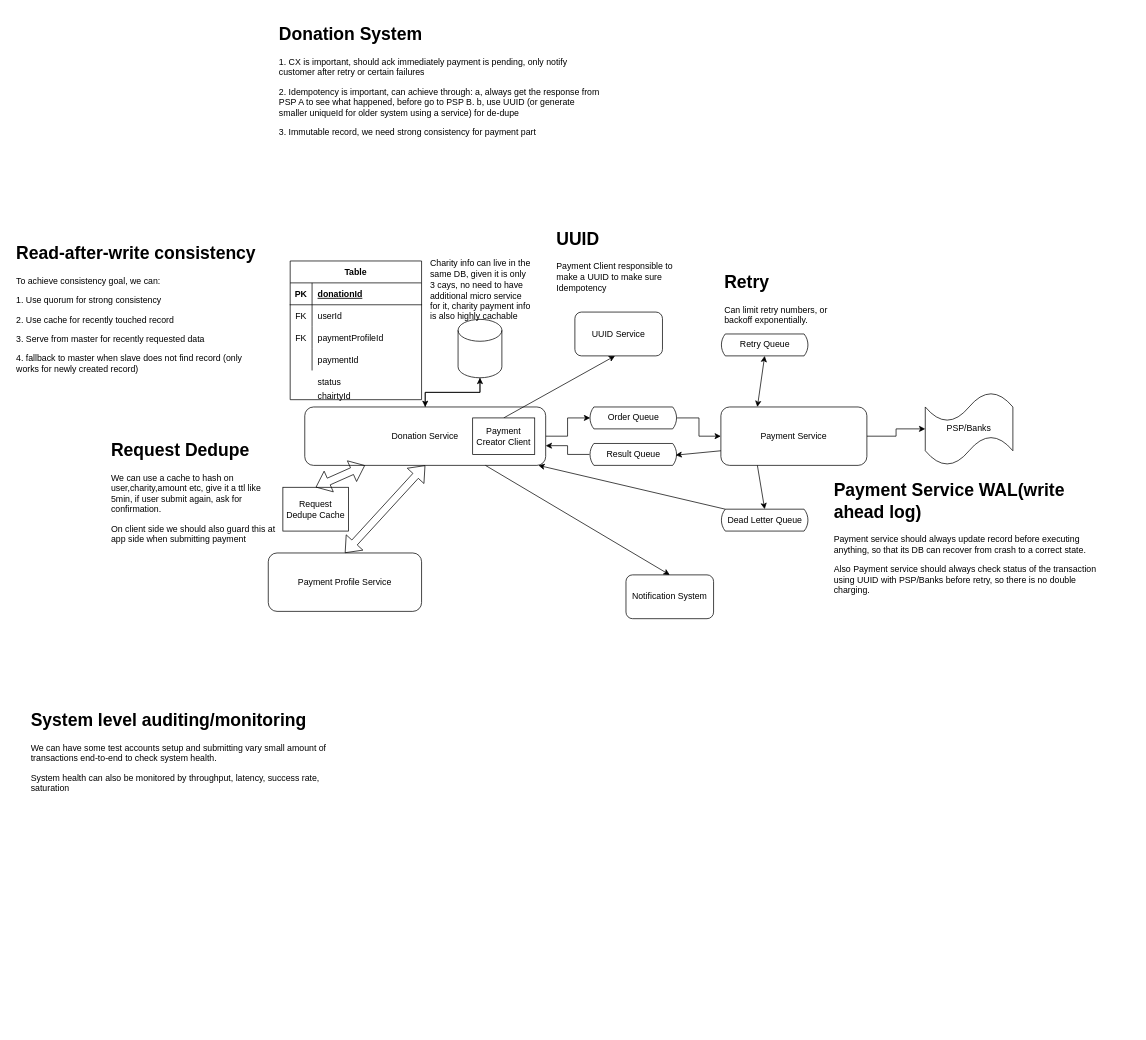
The draw.io diagram System Design Diagrams/Donation System Diagram.drawio in zyy890316/CS-Notes, before the edit. Source tidied: cells renumbered, new cells numbered last; positions are measured from the earlier drawing's top-left corner, leaving out a move shared by most shapes. Both pictures are drawn from the tidied source at 73%, with x=0, y=0 at pixel (12, 20).
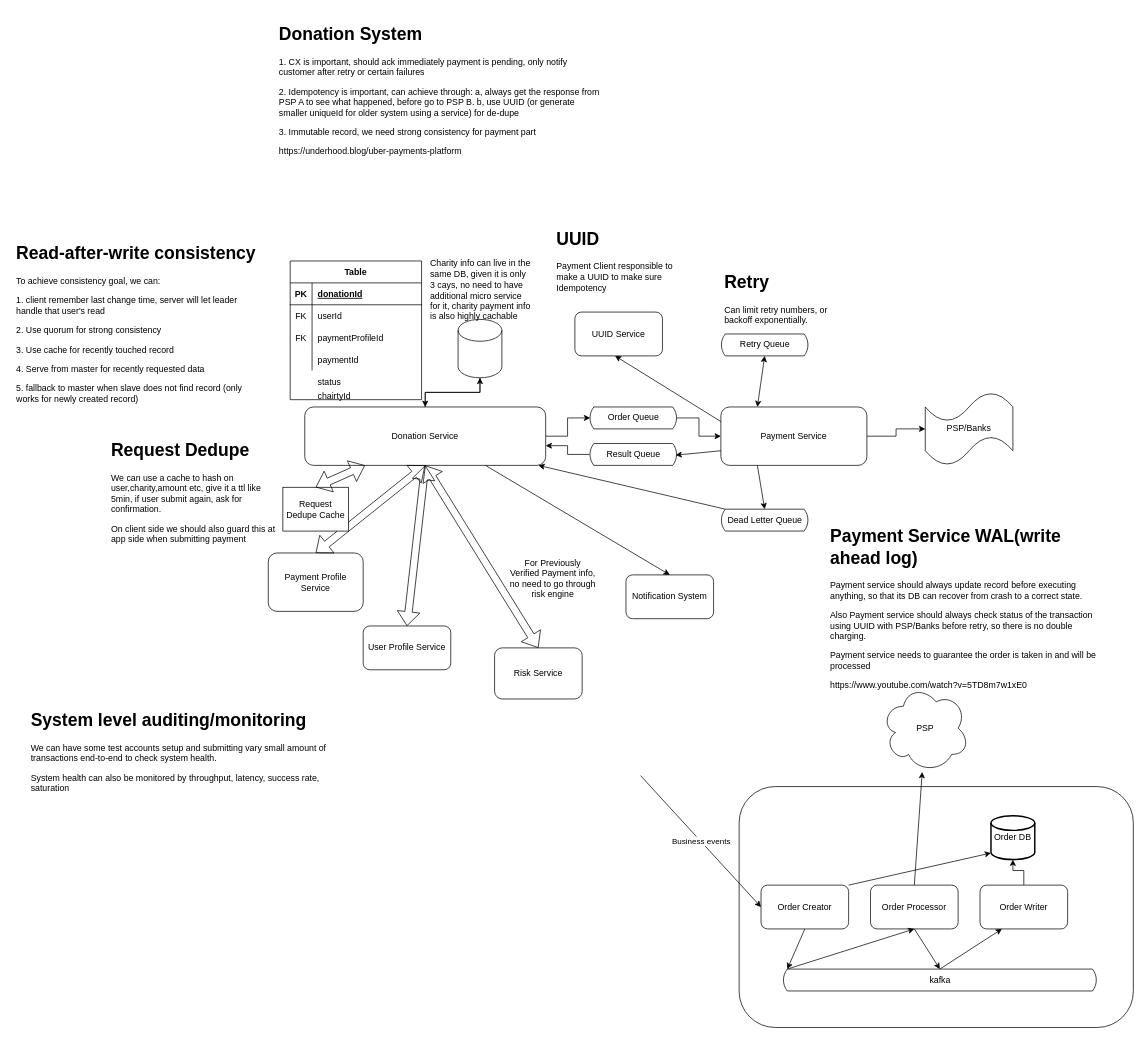
After the change.

Unchanged cells that the change refers to:
```xml
<mxCell id="6" value="Donation Service" style="rounded=1;whiteSpace=wrap;html=1;" parent="1" vertex="1">
  <mxGeometry x="400" y="530" width="330" height="80" as="geometry" />
</mxCell>
<mxCell id="12" value="Payment Service" style="rounded=1;whiteSpace=wrap;html=1;" parent="1" vertex="1">
  <mxGeometry x="970" y="530" width="200" height="80" as="geometry" />
</mxCell>
```

The edit, as a diff of the source:
```diff
@@
-    <mxCell id="2" value="&lt;h1&gt;Donation System&lt;/h1&gt;&lt;p&gt;1. CX is important, should ack immediately payment is pending, only notify customer after retry or certain failures&lt;/p&gt;&lt;p&gt;2. Idempotency is important, can achieve through: a, always get the response from PSP A to see what happened, before go to PSP B. b, use UUID (or generate smaller uniqueId for older system using a service) for de-dupe&amp;nbsp;&lt;/p&gt;&lt;p&gt;3. Immutable record, we need strong consistency for payment part&lt;/p&gt;" style="text;html=1;strokeColor=none;fillColor=none;spacing=5;spacingTop=-20;whiteSpace=wrap;overflow=hidden;rounded=0;" parent="1" vertex="1">
-      <mxGeometry x="360" width="450" height="180" as="geometry" />
+    <mxCell id="2" value="&lt;h1&gt;Donation System&lt;/h1&gt;&lt;p&gt;1. CX is important, should ack immediately payment is pending, only notify customer after retry or certain failures&lt;/p&gt;&lt;p&gt;2. Idempotency is important, can achieve through: a, always get the response from PSP A to see what happened, before go to PSP B. b, use UUID (or generate smaller uniqueId for older system using a service) for de-dupe&amp;nbsp;&lt;/p&gt;&lt;p&gt;3. Immutable record, we need strong consistency for payment part&lt;/p&gt;&lt;p&gt;https://underhood.blog/uber-payments-platform&lt;br&gt;&lt;/p&gt;" style="text;html=1;strokeColor=none;fillColor=none;spacing=5;spacingTop=-20;whiteSpace=wrap;overflow=hidden;rounded=0;" parent="1" vertex="1">
+      <mxGeometry x="360" width="450" height="240" as="geometry" />
     </mxCell>
     <mxCell id="3" value="Payment Profile Service" style="rounded=1;whiteSpace=wrap;html=1;" parent="1" vertex="1">
-      <mxGeometry x="350" y="730" width="210" height="80" as="geometry" />
+      <mxGeometry x="350" y="730" width="130" height="80" as="geometry" />
     </mxCell>
@@
-    <mxCell id="37" style="endArrow=classic;html=1;entryX=0.5;entryY=0.5;entryDx=0;entryDy=60;entryPerimeter=0;exitX=0.5;exitY=0;exitDx=0;exitDy=0;" parent="1" edge="1" source="41">
+    <mxCell id="37" style="endArrow=classic;html=1;entryX=0.5;entryY=0.5;entryDx=0;entryDy=60;entryPerimeter=0;exitX=0;exitY=0.25;exitDx=0;exitDy=0;" parent="1" edge="1" source="12">
       <mxGeometry relative="1" as="geometry">
         <mxPoint x="825" y="460" as="targetPoint" />
       </mxGeometry>
     </mxCell>
@@
-    <mxCell id="41" value="Payment Creator Client" style="rounded=0;whiteSpace=wrap;html=1;" parent="1" vertex="1">
-      <mxGeometry x="630" y="545" width="85" height="50" as="geometry" />
-    </mxCell>
@@
-    <mxCell id="45" value="&lt;h1&gt;Read-after-write consistency&lt;/h1&gt;&lt;p&gt;To achieve consistency goal, we can:&lt;/p&gt;&lt;p&gt;1. Use quorum for strong consistency&lt;/p&gt;&lt;p&gt;2. Use cache for recently touched record&lt;/p&gt;&lt;p&gt;3. Serve from master for recently requested data&lt;/p&gt;&lt;p&gt;4. fallback to master when slave does not find record (only works for newly created record)&lt;/p&gt;" style="text;html=1;strokeColor=none;fillColor=none;spacing=5;spacingTop=-20;whiteSpace=wrap;overflow=hidden;rounded=0;" parent="1" vertex="1">
-      <mxGeometry y="300" width="350" height="230" as="geometry" />
+    <mxCell id="45" value="&lt;h1&gt;Read-after-write consistency&lt;/h1&gt;&lt;p&gt;To achieve consistency goal, we can:&lt;/p&gt;&lt;p&gt;1. client remember last change time, server will let leader handle that user's read&lt;/p&gt;&lt;p&gt;2. Use quorum for strong consistency&lt;/p&gt;&lt;p&gt;3. Use cache for recently touched record&lt;/p&gt;&lt;p&gt;4. Serve from master for recently requested data&lt;/p&gt;&lt;p&gt;5. fallback to master when slave does not find record (only works for newly created record)&lt;/p&gt;" style="text;html=1;strokeColor=none;fillColor=none;spacing=5;spacingTop=-20;whiteSpace=wrap;overflow=hidden;rounded=0;" parent="1" vertex="1">
+      <mxGeometry y="300" width="350" height="260" as="geometry" />
     </mxCell>
@@
-    <mxCell id="48" value="&lt;h1&gt;Payment Service WAL(write ahead log)&lt;/h1&gt;&lt;p&gt;Payment service should always update record before executing anything, so that its DB can recover from crash to a correct state.&amp;nbsp;&lt;/p&gt;&lt;p&gt;Also Payment service should always check status of the transaction using UUID with PSP/Banks before retry, so there is no double charging.&lt;/p&gt;&lt;p&gt;&lt;br&gt;&lt;/p&gt;" style="text;html=1;strokeColor=none;fillColor=none;spacing=5;spacingTop=-20;whiteSpace=wrap;overflow=hidden;rounded=0;" parent="1" vertex="1">
-      <mxGeometry x="1120" y="625" width="390" height="205" as="geometry" />
+    <mxCell id="48" value="&lt;h1&gt;Payment Service WAL(write ahead log)&lt;/h1&gt;&lt;p&gt;Payment service should always update record before executing anything, so that its DB can recover from crash to a correct state.&amp;nbsp;&lt;/p&gt;&lt;p&gt;Also Payment service should always check status of the transaction using UUID with PSP/Banks before retry, so there is no double charging.&lt;/p&gt;&lt;p&gt;Payment service needs to guarantee the order is taken in and will be processed&lt;/p&gt;&lt;p&gt;https://www.youtube.com/watch?v=5TD8m7w1xE0&lt;br&gt;&lt;/p&gt;&lt;p&gt;&lt;br&gt;&lt;/p&gt;" style="text;html=1;strokeColor=none;fillColor=none;spacing=5;spacingTop=-20;whiteSpace=wrap;overflow=hidden;rounded=0;" parent="1" vertex="1">
+      <mxGeometry x="1115" y="687.5" width="390" height="262.5" as="geometry" />
     </mxCell>
@@
+    <mxCell id="52" style="rounded=1;whiteSpace=wrap;html=1;align=left;" parent="1" vertex="1">
+      <mxGeometry x="995" y="1050" width="540" height="330" as="geometry" />
+    </mxCell>
+    <mxCell id="53" style="endArrow=classic;html=1;entryX=0;entryY=0.5;entryDx=0;entryDy=0;" parent="1" edge="1" target="55">
+      <mxGeometry relative="1" as="geometry">
+        <mxPoint x="860" y="1035" as="sourcePoint" />
+      </mxGeometry>
+    </mxCell>
+    <mxCell id="54" value="Business events" style="edgeLabel;html=1;align=center;verticalAlign=middle;" parent="53" vertex="1">
+      <mxGeometry relative="1" as="geometry" />
+    </mxCell>
+    <mxCell id="55" value="Order Creator" style="rounded=1;whiteSpace=wrap;html=1;" parent="1" vertex="1">
+      <mxGeometry x="1025" y="1185" width="120" height="60" as="geometry" />
+    </mxCell>
+    <mxCell id="56" value="kafka" style="html=1;dashed=0;whitespace=wrap;shape=mxgraph.dfd.loop;" parent="1" vertex="1">
+      <mxGeometry x="1055" y="1300" width="430" height="30" as="geometry" />
+    </mxCell>
+    <mxCell id="57" value="Order Processor" style="rounded=1;whiteSpace=wrap;html=1;" parent="1" vertex="1">
+      <mxGeometry x="1175" y="1185" width="120" height="60" as="geometry" />
+    </mxCell>
+    <mxCell id="58" style="endArrow=classic;html=1;exitX=0.5;exitY=1;exitDx=0;exitDy=0;entryX=0;entryY=0;entryDx=6;entryDy=0;entryPerimeter=0;" parent="1" edge="1" source="55" target="56">
+      <mxGeometry relative="1" as="geometry" />
+    </mxCell>
+    <mxCell id="59" style="endArrow=classic;html=1;exitX=0;exitY=0;exitDx=6;exitDy=0;exitPerimeter=0;entryX=0.5;entryY=1;entryDx=0;entryDy=0;" parent="1" edge="1" source="56" target="57">
+      <mxGeometry relative="1" as="geometry" />
+    </mxCell>
+    <mxCell id="60" style="endArrow=classic;html=1;exitX=0.5;exitY=1;exitDx=0;exitDy=0;entryX=0.5;entryY=0;entryDx=0;entryDy=0;entryPerimeter=0;" parent="1" edge="1" source="57" target="56">
+      <mxGeometry relative="1" as="geometry" />
+    </mxCell>
+    <mxCell id="61" style="edgeStyle=orthogonalEdgeStyle;rounded=0;jettySize=auto;html=1;" parent="1" edge="1" source="62" target="66">
+      <mxGeometry relative="1" as="geometry" />
+    </mxCell>
+    <mxCell id="62" value="Order Writer" style="rounded=1;whiteSpace=wrap;html=1;" parent="1" vertex="1">
+      <mxGeometry x="1325" y="1185" width="120" height="60" as="geometry" />
+    </mxCell>
+    <mxCell id="63" style="endArrow=classic;html=1;exitX=0.5;exitY=0;exitDx=0;exitDy=0;" parent="1" edge="1" source="57" target="64">
+      <mxGeometry relative="1" as="geometry" />
+    </mxCell>
+    <mxCell id="64" value="PSP" style="shape=cloud;whiteSpace=wrap;html=1;" parent="1" vertex="1">
+      <mxGeometry x="1190" y="910" width="120" height="120" as="geometry" />
+    </mxCell>
+    <mxCell id="65" style="endArrow=classic;html=1;exitX=0.5;exitY=0;exitDx=0;exitDy=0;exitPerimeter=0;entryX=0.25;entryY=1;entryDx=0;entryDy=0;" parent="1" edge="1" source="56" target="62">
+      <mxGeometry relative="1" as="geometry" />
+    </mxCell>
+    <mxCell id="66" value="Order DB" style="strokeWidth=2;html=1;shape=mxgraph.flowchart.database;whiteSpace=wrap;" parent="1" vertex="1">
+      <mxGeometry x="1340" y="1090" width="60" height="60" as="geometry" />
+    </mxCell>
+    <mxCell id="67" style="endArrow=classic;html=1;exitX=1;exitY=0;exitDx=0;exitDy=0;entryX=0;entryY=0.85;entryDx=0;entryDy=0;entryPerimeter=0;" parent="1" edge="1" source="55" target="66">
+      <mxGeometry relative="1" as="geometry" />
+    </mxCell>
+    <mxCell id="68" style="shape=flexArrow;endArrow=classic;startArrow=classic;html=1;entryX=0.5;entryY=1;entryDx=0;entryDy=0;exitX=0.5;exitY=0;exitDx=0;exitDy=0;" parent="1" edge="1" source="69" target="6">
+      <mxGeometry relative="1" as="geometry" />
+    </mxCell>
+    <mxCell id="69" value="Risk Service" style="rounded=1;whiteSpace=wrap;html=1;" parent="1" vertex="1">
+      <mxGeometry x="660" y="860" width="120" height="70" as="geometry" />
+    </mxCell>
+    <mxCell id="70" style="shape=flexArrow;endArrow=classic;startArrow=classic;html=1;entryX=0.5;entryY=1;entryDx=0;entryDy=0;exitX=0.5;exitY=0;exitDx=0;exitDy=0;" parent="1" edge="1" source="71" target="6">
+      <mxGeometry relative="1" as="geometry" />
+    </mxCell>
+    <mxCell id="71" value="User Profile Service" style="rounded=1;whiteSpace=wrap;html=1;" parent="1" vertex="1">
+      <mxGeometry x="480" y="830" width="120" height="60" as="geometry" />
+    </mxCell>
+    <mxCell id="72" value="For Previously Verified Payment info, no need to go through risk engine" style="text;html=1;strokeColor=none;fillColor=none;align=center;verticalAlign=middle;whiteSpace=wrap;rounded=0;" parent="1" vertex="1">
+      <mxGeometry x="680" y="720" width="120" height="90" as="geometry" />
+    </mxCell>
```
